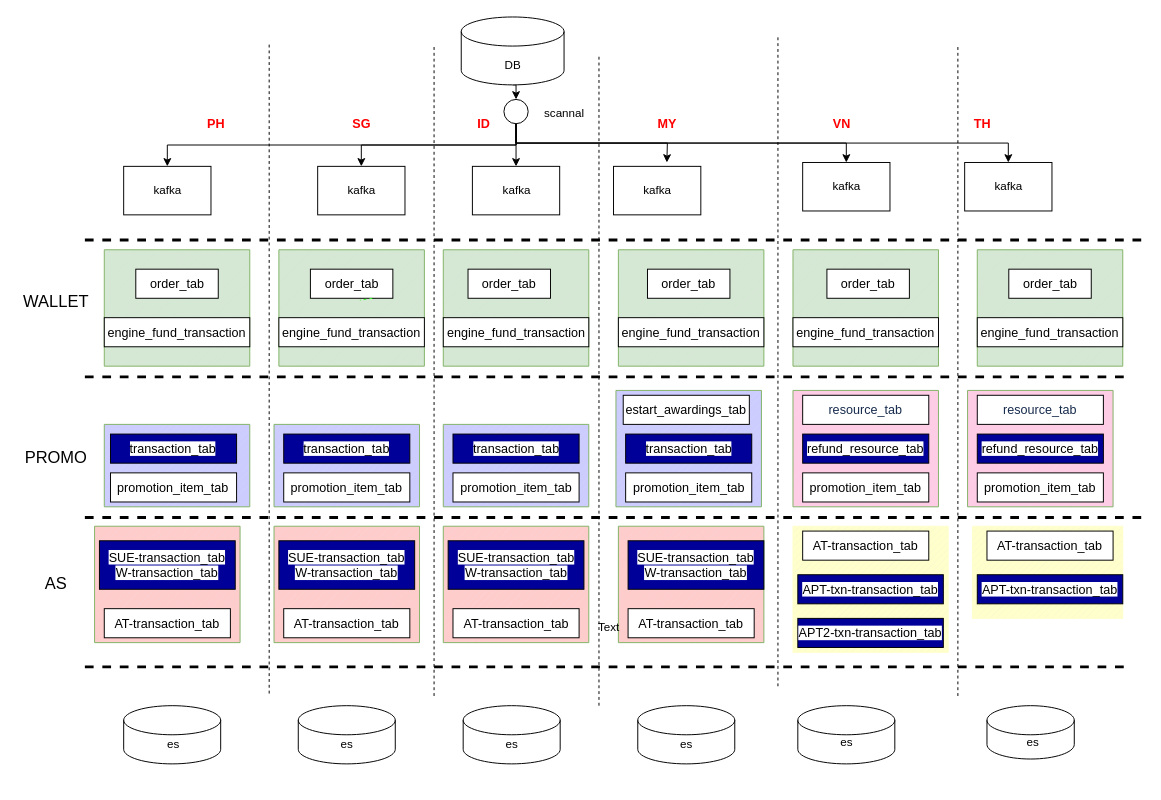
This is Untitled Diagram.drawio from LadyTao/learn, a draw.io file, before an edit. Source tidied: cells renumbered, new cells numbered last; positions are measured from the earlier drawing's top-left corner, leaving out a move shared by most shapes. Both pictures are drawn from the tidied source at 97%, with x=0, y=0 at pixel (16, 16).
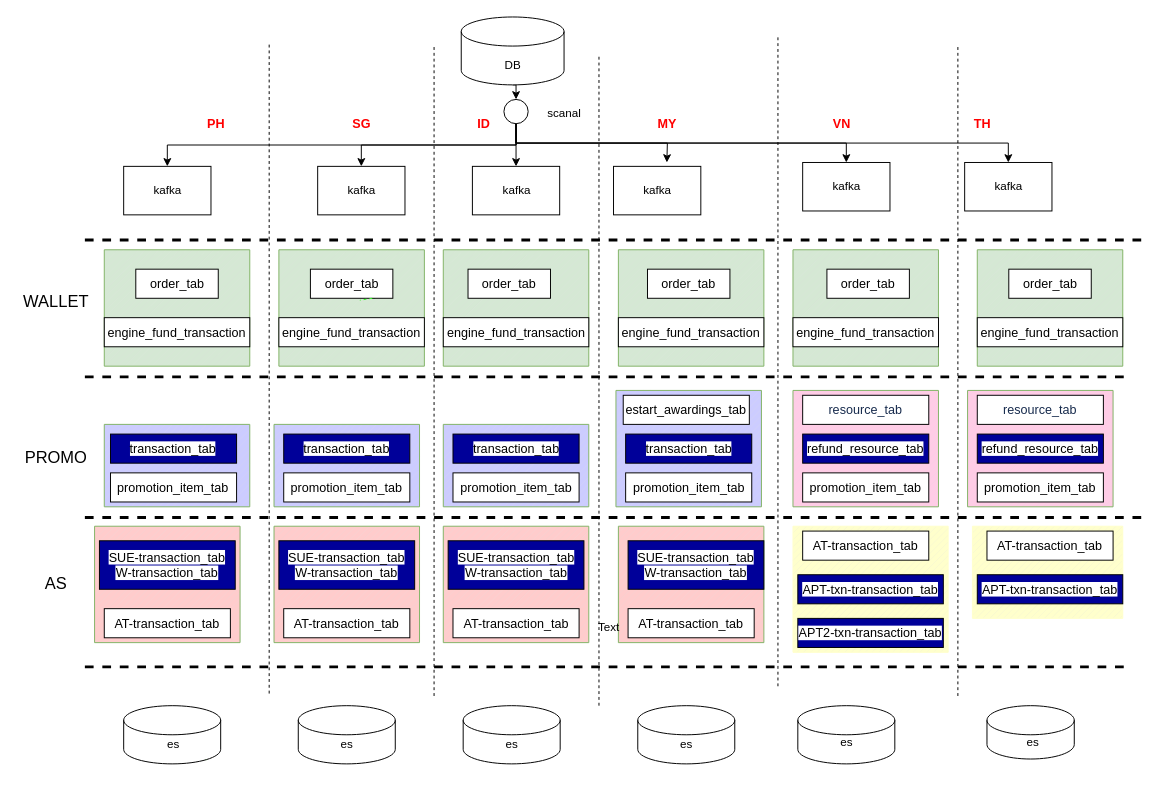
The same page after the edit.

Change to the diagram source:
```diff
@@
-    <mxCell id="24" value="scannal" style="text;html=1;align=center;verticalAlign=middle;fillColor=none;strokeColor=none;rounded=0;" parent="1" vertex="1">
-      <mxGeometry x="534" y="90" width="60" height="20" as="geometry" />
+    <mxCell id="24" value="scanal" style="text;html=1;align=center;verticalAlign=middle;fillColor=none;strokeColor=none;rounded=0;" parent="1" vertex="1">
+      <mxGeometry x="534" y="85" width="60" height="30" as="geometry" />
     </mxCell>
```
